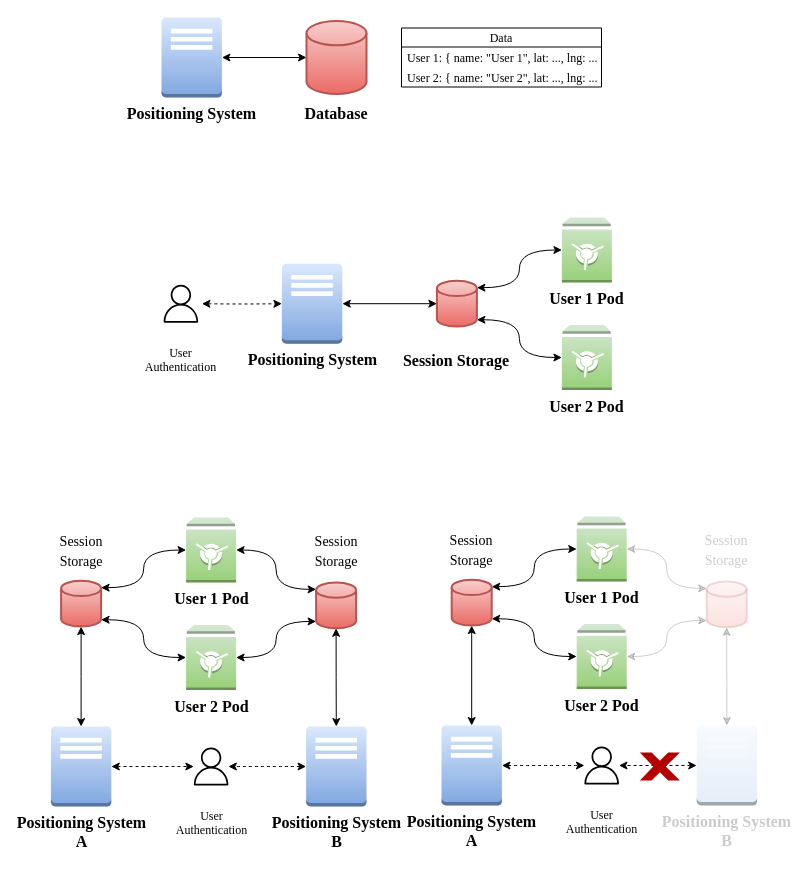
Above: page "Page-2" (1 of 5) of docs/media/images/solid.drawio in OpenHPS/openhps-solid (draw.io), before the change. Source tidied: cells renumbered, new cells numbered last; positions are measured from the earlier drawing's top-left corner, leaving out a move shared by most shapes. Both pictures are drawn from the tidied source at 100%, with x=0, y=0 at pixel (50, 17).
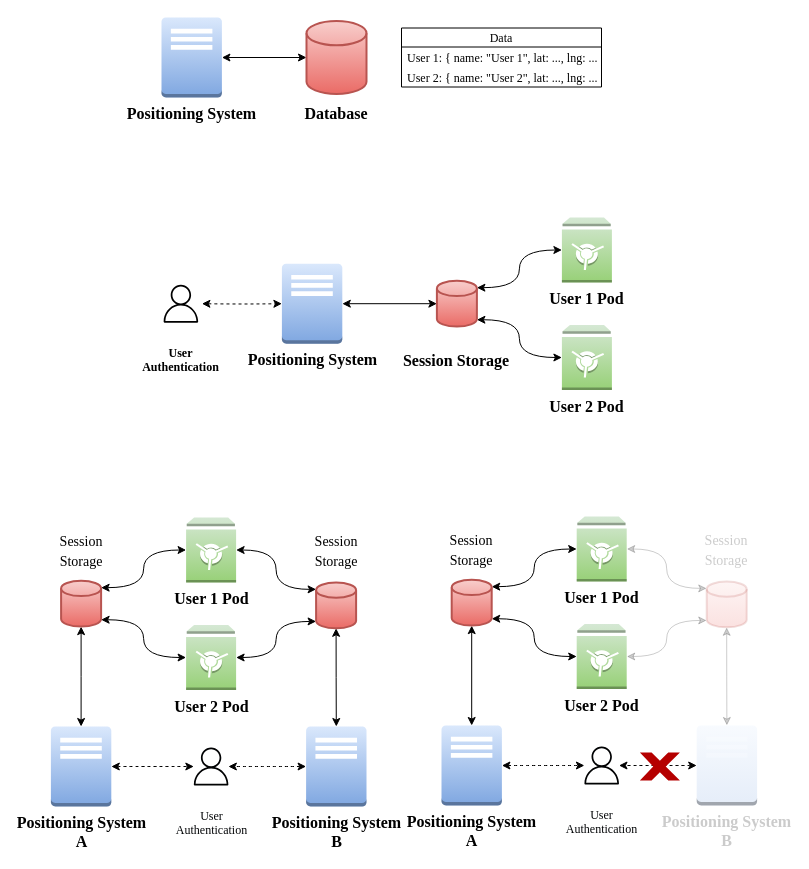
Above is the later version.

Commit message (it also covers changes not shown here):
docs: bold user authentication

Diff of the diagram source:
```diff
@@
-    <mxCell id="33" value="User&lt;br&gt;Authentication" style="sketch=0;fontColor=#000000;gradientColor=none;fillColor=#000000;strokeColor=none;dashed=0;verticalLabelPosition=bottom;verticalAlign=top;align=center;html=1;fontSize=12;fontStyle=0;shape=mxgraph.aws4.user;fontFamily=Garamond;spacingBottom=0;spacingTop=17;" parent="1" vertex="1">
+    <mxCell id="33" value="User&lt;br&gt;Authentication" style="sketch=0;fontColor=#000000;gradientColor=none;fillColor=#000000;strokeColor=none;dashed=0;verticalLabelPosition=bottom;verticalAlign=top;align=center;html=1;fontSize=12;fontStyle=1;shape=mxgraph.aws4.user;fontFamily=Garamond;spacingBottom=0;spacingTop=17;" parent="1" vertex="1">
       <mxGeometry x="111.4" y="267.2" width="38" height="38" as="geometry" />
     </mxCell>
```
